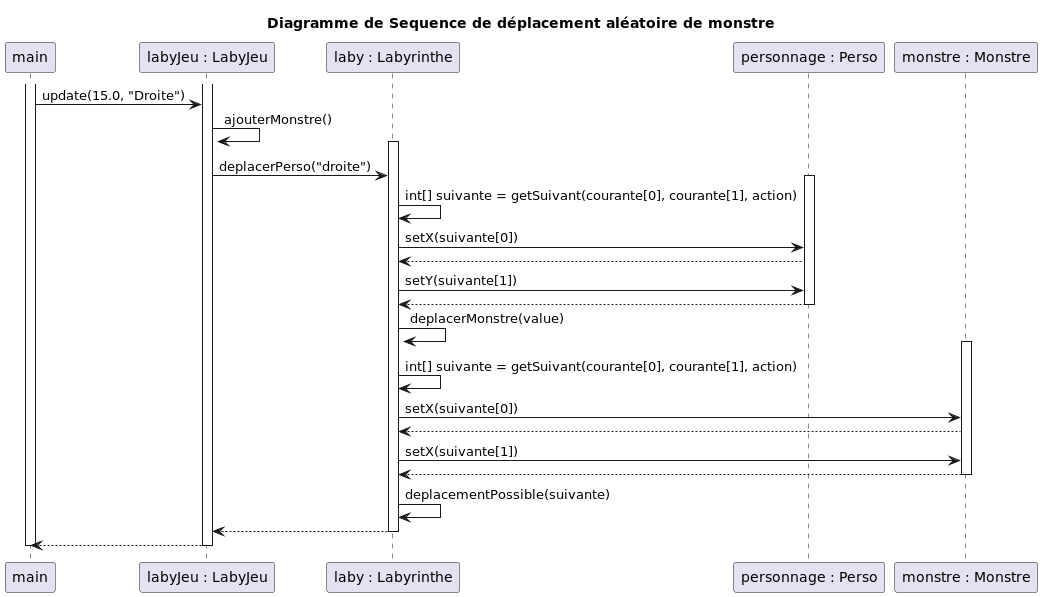
Earlier version of the PlantUML export documents/version_3/DiagSeqDeplacementMonstre.png (Zhi-Sheng-Trieu/2022_Zeldiablo_Doan_Oudin_Trieu_Noel).
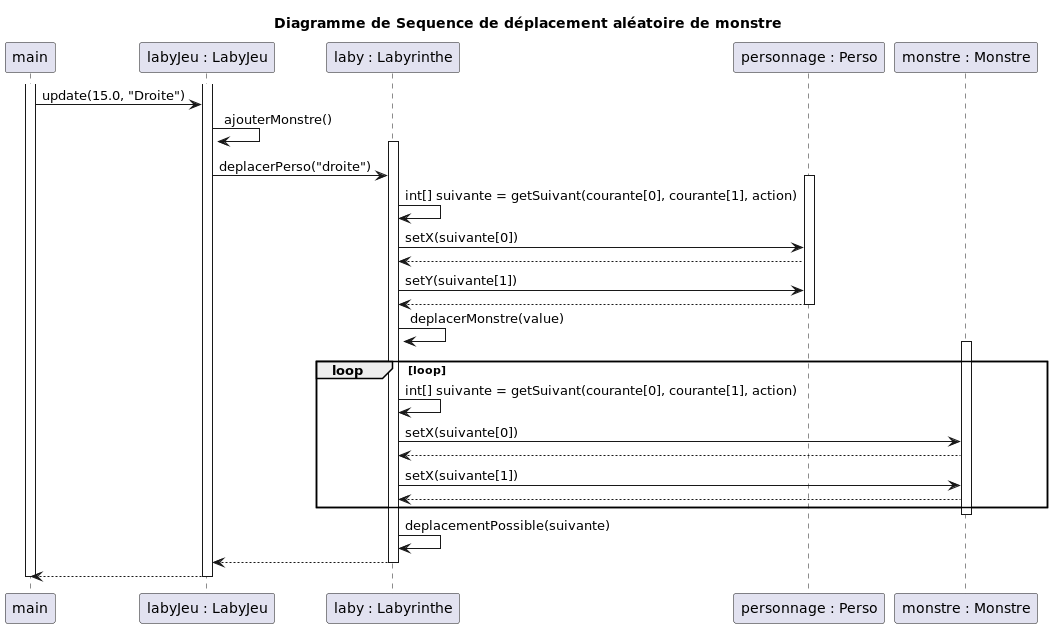
The same file after the commit.

Commit message:
diag seq corrige

What changed in the source:
```diff
@@ -20,19 +20,24 @@
         activate laby
             labyJeu -> laby : deplacerPerso("droite")
             activate personnage
+
                 laby -> laby : int[] suivante = getSuivant(courante[0], courante[1], action)
                 laby -> personnage : setX(suivante[0])
                 personnage --> laby
                 laby -> personnage : setY(suivante[1])
                 personnage --> laby
+
             deactivate personnage
             laby -> laby : deplacerMonstre(value)
             activate monstre
+                loop loop
                 laby -> laby : int[] suivante = getSuivant(courante[0], courante[1], action)
                 laby -> monstre : setX(suivante[0])
                 monstre --> laby
                 laby -> monstre : setX(suivante[1])
                 monstre --> laby
+                end
+
             deactivate monstre
             laby -> laby : deplacementPossible(suivante)
             laby --> labyJeu
```
